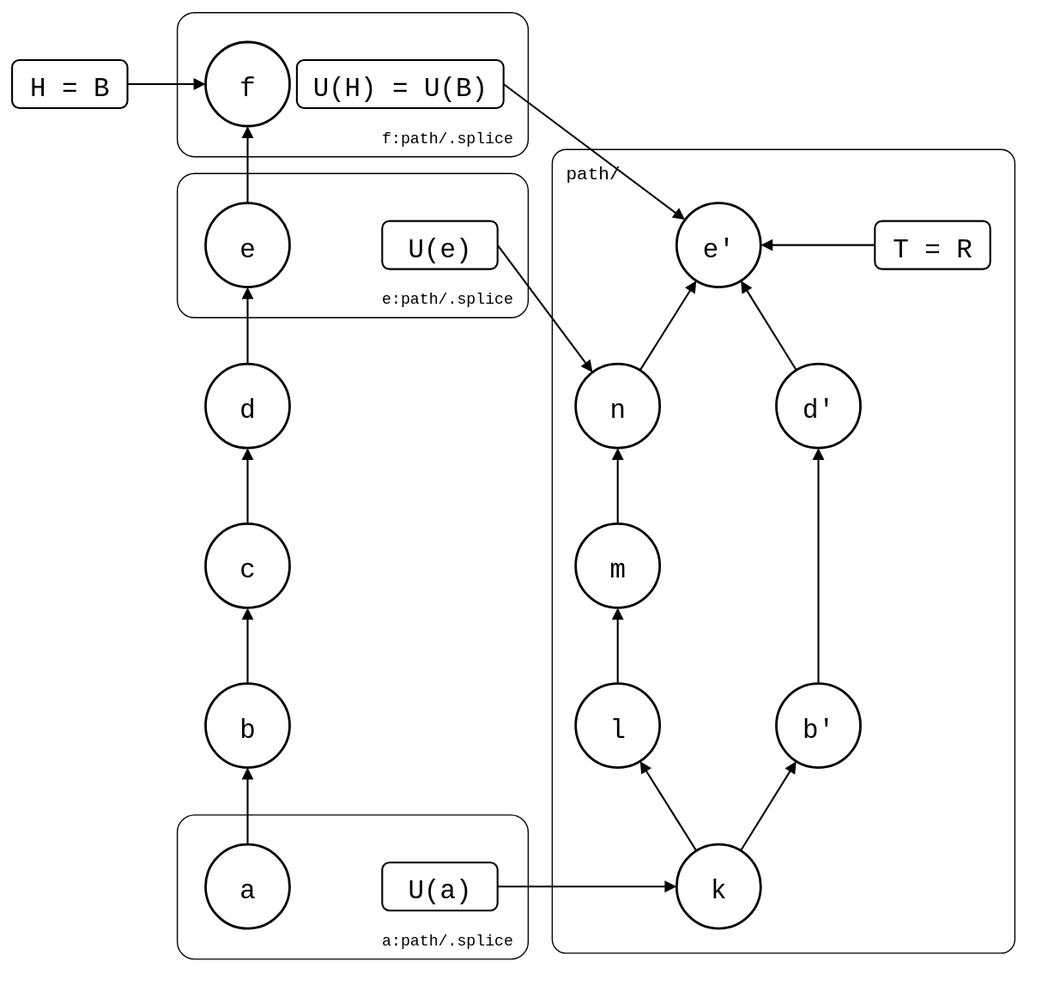
Before: test/scenarios/sync-model/after-pull/pushed-and-bumped/pushed-and-bumped.drawio.svg, a diagram exported from draw.io (roschaefer/git-splice). Source tidied: cells renumbered, new cells last; positions are measured from the earlier drawing's top-left corner, leaving out a move shared by most shapes.
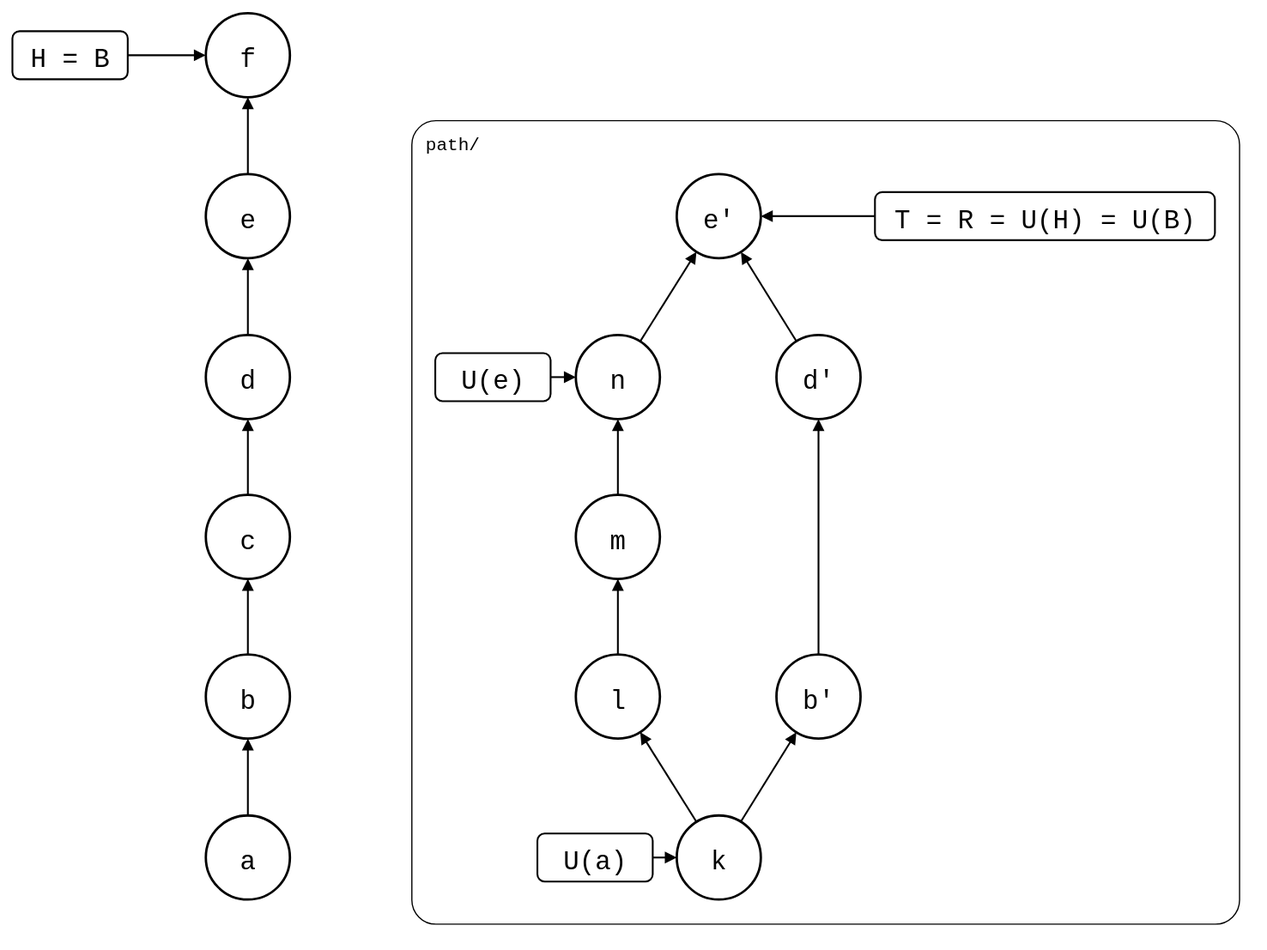
The same file after the commit.

Change to the diagram source:
```diff
@@ -3,17 +3,8 @@
     <mxCell id="0" />
     <mxCell id="1" parent="0" />
     <mxCell id="2" value="path/" style="rounded=1;arcSize=3;fillColor=none;strokeWidth=1;fontSize=15;verticalAlign=top;align=left;spacingLeft=10;spacingTop=4;fontFamily=Roboto Mono,monospace;" parent="1" vertex="1">
-      <mxGeometry x="449" y="114" width="385" height="669" as="geometry" />
+      <mxGeometry x="332" y="114" width="689" height="669" as="geometry" />
     </mxCell>
-    <mxCell id="3" value="e:path/.splice" style="rounded=1;arcSize=12;fillColor=none;strokeWidth=1;fontSize=13;verticalAlign=bottom;spacingBottom=6;spacingLeft=10;spacingRight=10;fontFamily=Roboto Mono,monospace;align=right;" parent="1" vertex="1">
-      <mxGeometry x="137" y="134" width="292" height="120" as="geometry" />
-    </mxCell>
-    <mxCell id="4" value="a:path/.splice" style="rounded=1;arcSize=12;fillColor=none;strokeWidth=1;fontSize=13;verticalAlign=bottom;spacingBottom=6;spacingLeft=10;spacingRight=10;fontFamily=Roboto Mono,monospace;align=right;" parent="1" vertex="1">
-      <mxGeometry x="137" y="668" width="292" height="120" as="geometry" />
-    </mxCell>
-    <mxCell id="5" value="f:path/.splice" style="rounded=1;arcSize=12;fillColor=none;strokeWidth=1;fontSize=13;verticalAlign=bottom;spacingBottom=6;spacingLeft=10;spacingRight=10;fontFamily=Roboto Mono,monospace;align=right;" parent="1" vertex="1">
-      <mxGeometry x="137" width="292" height="120" as="geometry" />
-    </mxCell>
     <mxCell id="6" value="a" style="ellipse;strokeWidth=2;fontSize=22;fontFamily=Roboto Mono,monospace;" parent="1" vertex="1">
       <mxGeometry x="161" y="693" width="70" height="70" as="geometry" />
     </mxCell>
@@ -53,17 +44,14 @@
     <mxCell id="18" value="H = B" style="rounded=1;strokeWidth=1.5;fontSize=22;fontFamily=Roboto Mono,monospace;" parent="1" vertex="1">
       <mxGeometry y="40" width="96" height="40" as="geometry" />
     </mxCell>
-    <mxCell id="19" value="U(H) = U(B)" style="rounded=1;strokeWidth=1.5;fontSize=22;fontFamily=Roboto Mono,monospace;" parent="1" vertex="1">
-      <mxGeometry x="237" y="40" width="172" height="40" as="geometry" />
-    </mxCell>
     <mxCell id="20" value="U(e)" style="rounded=1;strokeWidth=1.5;fontSize=22;fontFamily=Roboto Mono,monospace;" parent="1" vertex="1">
-      <mxGeometry x="308" y="174" width="96" height="40" as="geometry" />
+      <mxGeometry x="352" y="308" width="96" height="40" as="geometry" />
     </mxCell>
-    <mxCell id="21" value="T = R" style="rounded=1;strokeWidth=1.5;fontSize=22;fontFamily=Roboto Mono,monospace;" parent="1" vertex="1">
-      <mxGeometry x="718" y="174" width="96" height="40" as="geometry" />
+    <mxCell id="21" value="T = R = U(H) = U(B)" style="rounded=1;strokeWidth=1.5;fontSize=22;fontFamily=Roboto Mono,monospace;" parent="1" vertex="1">
+      <mxGeometry x="718" y="174" width="283" height="40" as="geometry" />
     </mxCell>
     <mxCell id="22" value="U(a)" style="rounded=1;strokeWidth=1.5;fontSize=22;fontFamily=Roboto Mono,monospace;" parent="1" vertex="1">
-      <mxGeometry x="308" y="708" width="96" height="40" as="geometry" />
+      <mxGeometry x="437" y="708" width="96" height="40" as="geometry" />
     </mxCell>
     <mxCell id="23" style="endArrow=block;endFill=1;html=1;strokeWidth=1.5;rounded=0;" parent="1" edge="1" source="18" target="39">
       <mxGeometry relative="1" as="geometry" />
@@ -80,9 +68,6 @@
     <mxCell id="27" style="endArrow=block;endFill=1;html=1;strokeWidth=1.5;rounded=0;" parent="1" edge="1" source="6" target="7">
       <mxGeometry relative="1" as="geometry" />
     </mxCell>
-    <mxCell id="28" style="endArrow=block;endFill=1;html=1;strokeWidth=1.5;rounded=0;exitX=1;exitY=0.5;exitDx=0;exitDy=0;" parent="1" edge="1" source="19" target="17">
-      <mxGeometry relative="1" as="geometry" />
-    </mxCell>
     <mxCell id="29" style="endArrow=block;endFill=1;html=1;strokeWidth=1.5;rounded=0;exitX=1;exitY=0.5;exitDx=0;exitDy=0;" parent="1" edge="1" source="20" target="14">
       <mxGeometry relative="1" as="geometry" />
     </mxCell>
```
